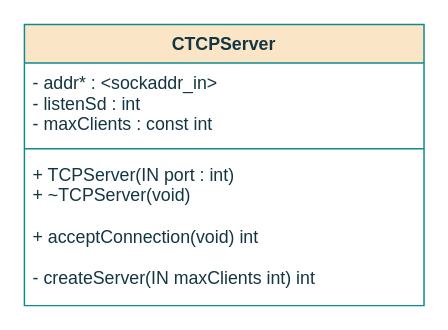
This is page "CTCPServer" (1 of 4) of documentation/flowcharts/RS/Classes.drawio from ESRGgroup9/slipad, a draw.io file, before an edit. Source tidied: cells renumbered, new cells numbered last; positions are measured from the earlier drawing's top-left corner, leaving out a move shared by most shapes. Both pictures are drawn from the tidied source at 148%, with x=0, y=0 at pixel (24, 24).
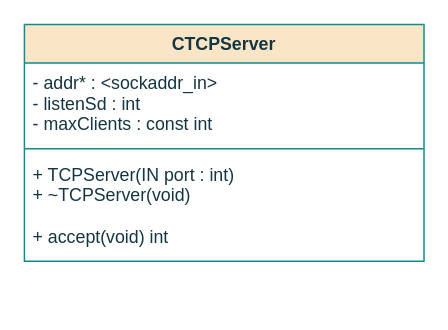
The same page after the edit.

Change to the diagram source:
```diff
@@
 <mxGraphModel>
   <root>
     <mxCell id="0" />
     <mxCell id="1" parent="0" />
     <mxCell id="2" value="CTCPServer" style="swimlane;fontStyle=1;align=center;verticalAlign=top;horizontal=1;startSize=26;fillColor=#FAE5C7;strokeColor=#0F8B8D;fontColor=#143642;" parent="1" vertex="1">
-      <mxGeometry width="270" height="190" as="geometry" />
+      <mxGeometry width="270" height="160" as="geometry" />
     </mxCell>
     <mxCell id="3" value="- addr* : &lt;sockaddr_in&gt;&#10;- listenSd : int&#10;- maxClients : const int&#10;" style="text;strokeColor=none;fillColor=none;align=left;verticalAlign=top;spacingLeft=4;spacingRight=4;overflow=hidden;fontColor=#143642;" parent="2" vertex="1">
       <mxGeometry y="26" width="270" height="54" as="geometry" />
     </mxCell>
     <mxCell id="4" style="line;strokeWidth=1;fillColor=none;align=left;verticalAlign=middle;spacingTop=-1;spacingLeft=3;spacingRight=3;labelPosition=right;labelBackgroundColor=#DAD2D8;strokeColor=#0F8B8D;fontColor=#143642;" parent="2" vertex="1">
       <mxGeometry y="80" width="270" height="8" as="geometry" />
     </mxCell>
-    <mxCell id="5" value="+ TCPServer(IN port : int)&#10;+ ~TCPServer(void)&#10;&#10;+ acceptConnection(void) int&#10;&#10;- createServer(IN maxClients int) int " style="text;strokeColor=none;fillColor=none;align=left;verticalAlign=top;spacingLeft=4;spacingRight=4;overflow=hidden;fontColor=#143642;" parent="2" vertex="1">
-      <mxGeometry y="88" width="270" height="102" as="geometry" />
+    <mxCell id="5" value="+ TCPServer(IN port : int)&#10;+ ~TCPServer(void)&#10;&#10;+ accept(void) int " style="text;strokeColor=none;fillColor=none;align=left;verticalAlign=top;spacingLeft=4;spacingRight=4;overflow=hidden;fontColor=#143642;" parent="2" vertex="1">
+      <mxGeometry y="88" width="270" height="72" as="geometry" />
     </mxCell>
   </root>
 </mxGraphModel>
```
